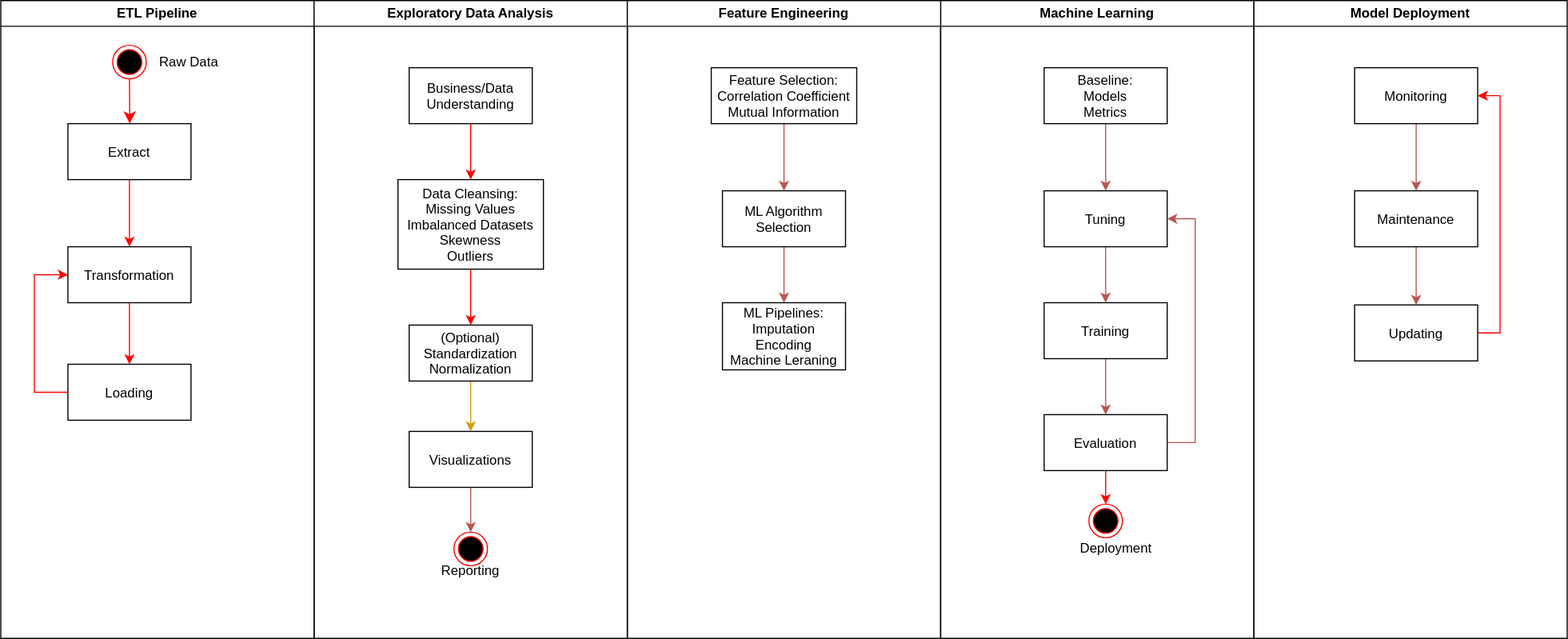
ZacksAmber/Flowcharts keeps this draw.io diagram as general_machine_learning.svg. Above is the earlier version. Source tidied: cells renumbered, new cells last; positions are measured from the earlier drawing's top-left corner, leaving out a move shared by most shapes.
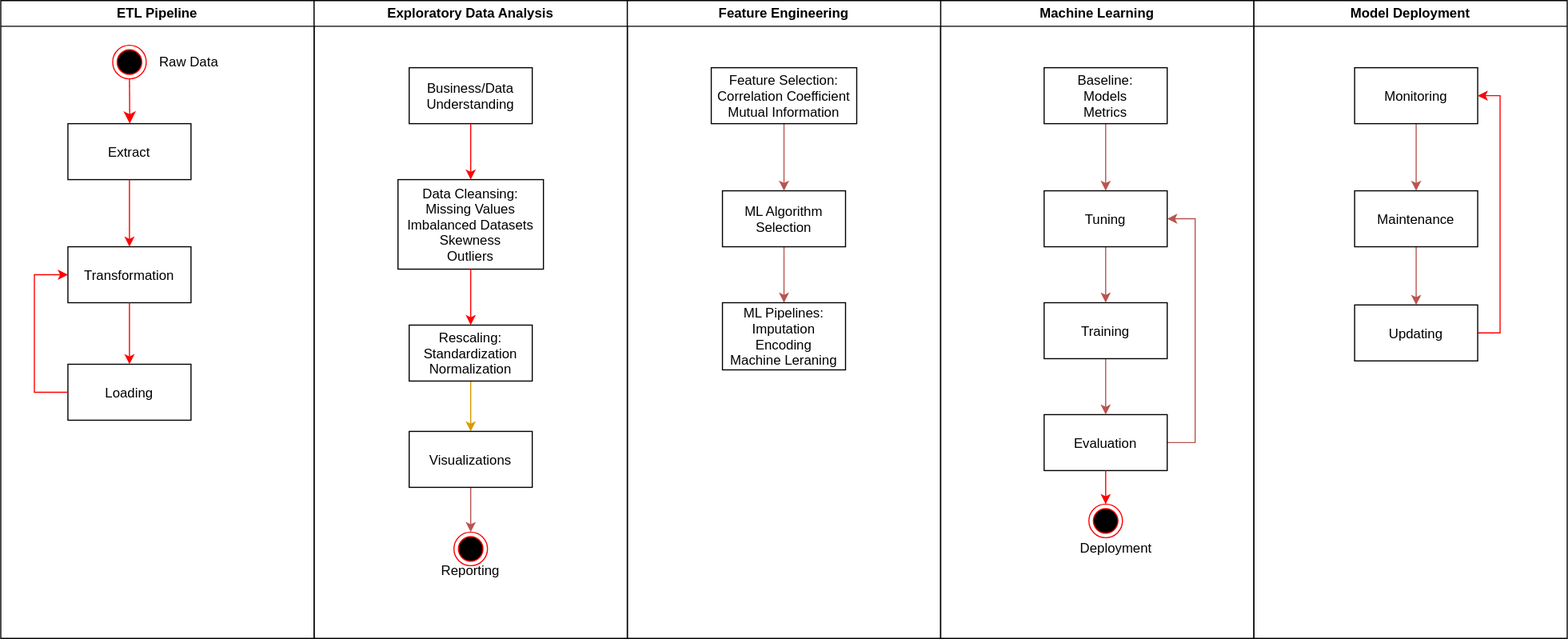
After the change.

The edit, as a diff of the source:
```diff
@@ -53,7 +53,7 @@
     <mxCell id="16" style="edgeStyle=orthogonalEdgeStyle;rounded=0;jettySize=auto;html=1;fillColor=#ffe6cc;strokeColor=#d79b00;" parent="12" edge="1" source="17" target="21">
       <mxGeometry relative="1" as="geometry" />
     </mxCell>
-    <mxCell id="17" value="(Optional)&#10;Standardization&#10;Normalization" parent="12" vertex="1">
+    <mxCell id="17" value="Rescaling:&#10;Standardization&#10;Normalization" parent="12" vertex="1">
       <mxGeometry x="85" y="290" width="110" height="50" as="geometry" />
     </mxCell>
     <mxCell id="18" style="endArrow=classic;strokeColor=#FF0000;endFill=1;rounded=0;edgeStyle=orthogonalEdgeStyle;" parent="12" edge="1" source="14" target="17">
```
